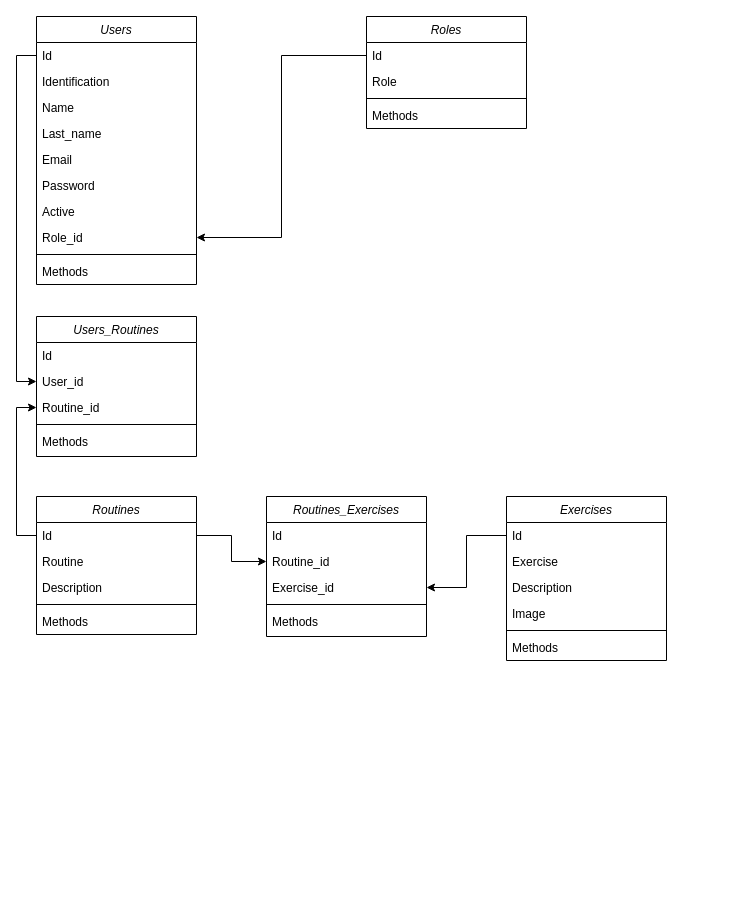
CristianCamiloRT/MonsterNation keeps this draw.io diagram as documentation/ClassDiagram.drawio. Above is the earlier version. Source tidied: cells renumbered, new cells numbered last; positions are measured from the earlier drawing's top-left corner, leaving out a move shared by most shapes. Both pictures are drawn from the tidied source at 100%, with x=0, y=0 at pixel (36, 16).
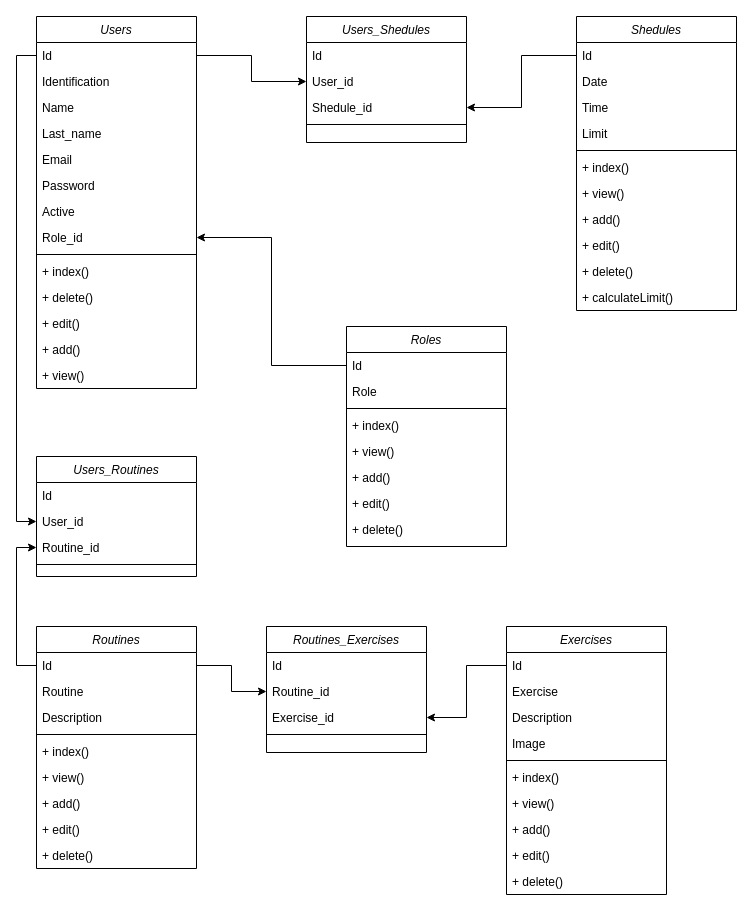
The same page after the edit.

The change refers to these unchanged cells:
```xml
<mxCell id="3" value="Id" style="text;align=left;verticalAlign=top;spacingLeft=4;spacingRight=4;overflow=hidden;points=[[0,0.5],[1,0.5]];portConstraint=eastwest;" parent="2" vertex="1">
  <mxGeometry y="26" width="160" height="26" as="geometry" />
</mxCell>
```

Diff of the diagram source:
```diff
@@
     <mxCell id="2" value="Users" style="swimlane;fontStyle=2;align=center;verticalAlign=top;horizontal=1;startSize=26;rounded=0;shadow=0;strokeWidth=1;" parent="1" vertex="1">
-      <mxGeometry width="160" height="268" as="geometry" />
+      <mxGeometry width="160" height="372" as="geometry" />
     </mxCell>
@@
+    <mxCell id="48" value="+ index()" style="text;align=left;verticalAlign=top;spacingLeft=4;spacingRight=4;overflow=hidden;" parent="2" vertex="1">
+      <mxGeometry y="242" width="160" height="26" as="geometry" />
+    </mxCell>
+    <mxCell id="49" value="+ delete()" style="text;align=left;verticalAlign=top;spacingLeft=4;spacingRight=4;overflow=hidden;" parent="2" vertex="1">
+      <mxGeometry y="268" width="160" height="26" as="geometry" />
+    </mxCell>
+    <mxCell id="50" value="+ edit()" style="text;align=left;verticalAlign=top;spacingLeft=4;spacingRight=4;overflow=hidden;" parent="2" vertex="1">
+      <mxGeometry y="294" width="160" height="26" as="geometry" />
+    </mxCell>
-    <mxCell id="12" value="Methods" style="text;align=left;verticalAlign=top;spacingLeft=4;spacingRight=4;overflow=hidden;" parent="2" vertex="1">
-      <mxGeometry y="242" width="160" height="26" as="geometry" />
+    <mxCell id="12" value="+ add()" style="text;align=left;verticalAlign=top;spacingLeft=4;spacingRight=4;overflow=hidden;" parent="2" vertex="1">
+      <mxGeometry y="320" width="160" height="26" as="geometry" />
     </mxCell>
+    <mxCell id="51" value="+ view()" style="text;align=left;verticalAlign=top;spacingLeft=4;spacingRight=4;overflow=hidden;" parent="2" vertex="1">
+      <mxGeometry y="346" width="160" height="26" as="geometry" />
+    </mxCell>
     <mxCell id="13" value="Routines" style="swimlane;fontStyle=2;align=center;verticalAlign=top;horizontal=1;startSize=26;rounded=0;shadow=0;strokeWidth=1;" parent="1" vertex="1">
-      <mxGeometry y="480" width="160" height="138" as="geometry" />
+      <mxGeometry y="610" width="160" height="242" as="geometry" />
     </mxCell>
@@
-    <mxCell id="18" value="Methods" style="text;align=left;verticalAlign=top;spacingLeft=4;spacingRight=4;overflow=hidden;" parent="13" vertex="1">
-      <mxGeometry y="112" width="160" height="26" as="geometry" />
-    </mxCell>
+    <mxCell id="52" value="+ index()" style="text;align=left;verticalAlign=top;spacingLeft=4;spacingRight=4;overflow=hidden;" parent="13" vertex="1">
+      <mxGeometry y="112" width="160" height="26" as="geometry" />
+    </mxCell>
+    <mxCell id="53" value="+ view()" style="text;align=left;verticalAlign=top;spacingLeft=4;spacingRight=4;overflow=hidden;" parent="13" vertex="1">
+      <mxGeometry y="138" width="160" height="26" as="geometry" />
+    </mxCell>
+    <mxCell id="54" value="+ add()" style="text;align=left;verticalAlign=top;spacingLeft=4;spacingRight=4;overflow=hidden;" parent="13" vertex="1">
+      <mxGeometry y="164" width="160" height="26" as="geometry" />
+    </mxCell>
+    <mxCell id="55" value="+ edit()" style="text;align=left;verticalAlign=top;spacingLeft=4;spacingRight=4;overflow=hidden;" parent="13" vertex="1">
+      <mxGeometry y="190" width="160" height="26" as="geometry" />
+    </mxCell>
+    <mxCell id="56" value="+ delete()" style="text;align=left;verticalAlign=top;spacingLeft=4;spacingRight=4;overflow=hidden;" parent="13" vertex="1">
+      <mxGeometry y="216" width="160" height="26" as="geometry" />
+    </mxCell>
     <mxCell id="19" value="Exercises" style="swimlane;fontStyle=2;align=center;verticalAlign=top;horizontal=1;startSize=26;rounded=0;shadow=0;strokeWidth=1;" parent="1" vertex="1">
-      <mxGeometry x="470" y="480" width="160" height="164" as="geometry" />
+      <mxGeometry x="470" y="610" width="160" height="268" as="geometry" />
     </mxCell>
@@
-    <mxCell id="25" value="Methods" style="text;align=left;verticalAlign=top;spacingLeft=4;spacingRight=4;overflow=hidden;" parent="19" vertex="1">
-      <mxGeometry y="138" width="160" height="26" as="geometry" />
-    </mxCell>
+    <mxCell id="57" value="+ index()" style="text;align=left;verticalAlign=top;spacingLeft=4;spacingRight=4;overflow=hidden;" parent="19" vertex="1">
+      <mxGeometry y="138" width="160" height="26" as="geometry" />
+    </mxCell>
+    <mxCell id="58" value="+ view()" style="text;align=left;verticalAlign=top;spacingLeft=4;spacingRight=4;overflow=hidden;" parent="19" vertex="1">
+      <mxGeometry y="164" width="160" height="26" as="geometry" />
+    </mxCell>
+    <mxCell id="59" value="+ add()" style="text;align=left;verticalAlign=top;spacingLeft=4;spacingRight=4;overflow=hidden;" parent="19" vertex="1">
+      <mxGeometry y="190" width="160" height="26" as="geometry" />
+    </mxCell>
+    <mxCell id="60" value="+ edit()" style="text;align=left;verticalAlign=top;spacingLeft=4;spacingRight=4;overflow=hidden;" parent="19" vertex="1">
+      <mxGeometry y="216" width="160" height="26" as="geometry" />
+    </mxCell>
+    <mxCell id="61" value="+ delete()" style="text;align=left;verticalAlign=top;spacingLeft=4;spacingRight=4;overflow=hidden;" parent="19" vertex="1">
+      <mxGeometry y="242" width="160" height="26" as="geometry" />
+    </mxCell>
     <mxCell id="26" value="Roles" style="swimlane;fontStyle=2;align=center;verticalAlign=top;horizontal=1;startSize=26;rounded=0;shadow=0;strokeWidth=1;" parent="1" vertex="1">
-      <mxGeometry x="330" width="160" height="112" as="geometry" />
+      <mxGeometry x="310" y="310" width="160" height="220" as="geometry" />
     </mxCell>
@@
-    <mxCell id="30" value="Methods" style="text;align=left;verticalAlign=top;spacingLeft=4;spacingRight=4;overflow=hidden;" parent="26" vertex="1">
-      <mxGeometry y="86" width="160" height="26" as="geometry" />
-    </mxCell>
+    <mxCell id="62" value="+ index()" style="text;align=left;verticalAlign=top;spacingLeft=4;spacingRight=4;overflow=hidden;" parent="26" vertex="1">
+      <mxGeometry y="86" width="160" height="26" as="geometry" />
+    </mxCell>
+    <mxCell id="63" value="+ view()" style="text;align=left;verticalAlign=top;spacingLeft=4;spacingRight=4;overflow=hidden;" parent="26" vertex="1">
+      <mxGeometry y="112" width="160" height="26" as="geometry" />
+    </mxCell>
+    <mxCell id="64" value="+ add()" style="text;align=left;verticalAlign=top;spacingLeft=4;spacingRight=4;overflow=hidden;" parent="26" vertex="1">
+      <mxGeometry y="138" width="160" height="26" as="geometry" />
+    </mxCell>
+    <mxCell id="65" value="+ edit()" style="text;align=left;verticalAlign=top;spacingLeft=4;spacingRight=4;overflow=hidden;" parent="26" vertex="1">
+      <mxGeometry y="164" width="160" height="26" as="geometry" />
+    </mxCell>
+    <mxCell id="66" value="+ delete()" style="text;align=left;verticalAlign=top;spacingLeft=4;spacingRight=4;overflow=hidden;" parent="26" vertex="1">
+      <mxGeometry y="190" width="160" height="26" as="geometry" />
+    </mxCell>
@@
     <mxCell id="32" value="Routines_Exercises" style="swimlane;fontStyle=2;align=center;verticalAlign=top;horizontal=1;startSize=26;rounded=0;shadow=0;strokeWidth=1;" parent="1" vertex="1">
-      <mxGeometry x="230" y="480" width="160" height="140" as="geometry" />
+      <mxGeometry x="230" y="610" width="160" height="126" as="geometry" />
     </mxCell>
@@
-    <mxCell id="37" value="Methods" style="text;align=left;verticalAlign=top;spacingLeft=4;spacingRight=4;overflow=hidden;" parent="32" vertex="1">
-      <mxGeometry y="112" width="160" height="26" as="geometry" />
-    </mxCell>
@@
     <mxCell id="40" value="Users_Routines" style="swimlane;fontStyle=2;align=center;verticalAlign=top;horizontal=1;startSize=26;rounded=0;shadow=0;strokeWidth=1;" parent="1" vertex="1">
-      <mxGeometry y="300" width="160" height="140" as="geometry" />
+      <mxGeometry y="440" width="160" height="120" as="geometry" />
     </mxCell>
@@
-    <mxCell id="45" value="Methods" style="text;align=left;verticalAlign=top;spacingLeft=4;spacingRight=4;overflow=hidden;" parent="40" vertex="1">
-      <mxGeometry y="112" width="160" height="26" as="geometry" />
-    </mxCell>
@@
+    <mxCell id="67" value="Shedules" style="swimlane;fontStyle=2;align=center;verticalAlign=top;horizontal=1;startSize=26;rounded=0;shadow=0;strokeWidth=1;" parent="1" vertex="1">
+      <mxGeometry x="540" width="160" height="294" as="geometry" />
+    </mxCell>
+    <mxCell id="68" value="Id" style="text;align=left;verticalAlign=top;spacingLeft=4;spacingRight=4;overflow=hidden;points=[[0,0.5],[1,0.5]];portConstraint=eastwest;" parent="67" vertex="1">
+      <mxGeometry y="26" width="160" height="26" as="geometry" />
+    </mxCell>
+    <mxCell id="69" value="Date" style="text;align=left;verticalAlign=top;spacingLeft=4;spacingRight=4;overflow=hidden;rounded=0;shadow=0;html=0;" parent="67" vertex="1">
+      <mxGeometry y="52" width="160" height="26" as="geometry" />
+    </mxCell>
+    <mxCell id="70" value="Time" style="text;align=left;verticalAlign=top;spacingLeft=4;spacingRight=4;overflow=hidden;rounded=0;shadow=0;html=0;" parent="67" vertex="1">
+      <mxGeometry y="78" width="160" height="26" as="geometry" />
+    </mxCell>
+    <mxCell id="71" value="Limit" style="text;align=left;verticalAlign=top;spacingLeft=4;spacingRight=4;overflow=hidden;rounded=0;shadow=0;html=0;" parent="67" vertex="1">
+      <mxGeometry y="104" width="160" height="26" as="geometry" />
+    </mxCell>
+    <mxCell id="72" style="line;html=1;strokeWidth=1;align=left;verticalAlign=middle;spacingTop=-1;spacingLeft=3;spacingRight=3;labelPosition=right;" parent="67" vertex="1">
+      <mxGeometry y="130" width="160" height="8" as="geometry" />
+    </mxCell>
+    <mxCell id="73" value="+ index()" style="text;align=left;verticalAlign=top;spacingLeft=4;spacingRight=4;overflow=hidden;" parent="67" vertex="1">
+      <mxGeometry y="138" width="160" height="26" as="geometry" />
+    </mxCell>
+    <mxCell id="74" value="+ view()" style="text;align=left;verticalAlign=top;spacingLeft=4;spacingRight=4;overflow=hidden;" parent="67" vertex="1">
+      <mxGeometry y="164" width="160" height="26" as="geometry" />
+    </mxCell>
+    <mxCell id="75" value="+ add()" style="text;align=left;verticalAlign=top;spacingLeft=4;spacingRight=4;overflow=hidden;" parent="67" vertex="1">
+      <mxGeometry y="190" width="160" height="26" as="geometry" />
+    </mxCell>
+    <mxCell id="76" value="+ edit()" style="text;align=left;verticalAlign=top;spacingLeft=4;spacingRight=4;overflow=hidden;" parent="67" vertex="1">
+      <mxGeometry y="216" width="160" height="26" as="geometry" />
+    </mxCell>
+    <mxCell id="77" value="+ delete()" style="text;align=left;verticalAlign=top;spacingLeft=4;spacingRight=4;overflow=hidden;" parent="67" vertex="1">
+      <mxGeometry y="242" width="160" height="26" as="geometry" />
+    </mxCell>
+    <mxCell id="78" value="+ calculateLimit()" style="text;align=left;verticalAlign=top;spacingLeft=4;spacingRight=4;overflow=hidden;" parent="67" vertex="1">
+      <mxGeometry y="268" width="160" height="26" as="geometry" />
+    </mxCell>
+    <mxCell id="79" value="Users_Shedules" style="swimlane;fontStyle=2;align=center;verticalAlign=top;horizontal=1;startSize=26;rounded=0;shadow=0;strokeWidth=1;" parent="1" vertex="1">
+      <mxGeometry x="270" width="160" height="126" as="geometry" />
+    </mxCell>
+    <mxCell id="80" value="Id" style="text;align=left;verticalAlign=top;spacingLeft=4;spacingRight=4;overflow=hidden;" parent="79" vertex="1">
+      <mxGeometry y="26" width="160" height="26" as="geometry" />
+    </mxCell>
+    <mxCell id="81" value="User_id" style="text;align=left;verticalAlign=top;spacingLeft=4;spacingRight=4;overflow=hidden;points=[[0,0.5],[1,0.5]];portConstraint=eastwest;" parent="79" vertex="1">
+      <mxGeometry y="52" width="160" height="26" as="geometry" />
+    </mxCell>
+    <mxCell id="82" value="Shedule_id" style="text;align=left;verticalAlign=top;spacingLeft=4;spacingRight=4;overflow=hidden;points=[[0,0.5],[1,0.5]];portConstraint=eastwest;" parent="79" vertex="1">
+      <mxGeometry y="78" width="160" height="26" as="geometry" />
+    </mxCell>
+    <mxCell id="83" style="line;html=1;strokeWidth=1;align=left;verticalAlign=middle;spacingTop=-1;spacingLeft=3;spacingRight=3;labelPosition=right;" parent="79" vertex="1">
+      <mxGeometry y="104" width="160" height="8" as="geometry" />
+    </mxCell>
+    <mxCell id="84" style="edgeStyle=orthogonalEdgeStyle;rounded=0;jettySize=auto;html=1;exitX=0;exitY=0.5;exitDx=0;exitDy=0;entryX=1;entryY=0.5;entryDx=0;entryDy=0;" parent="1" edge="1" source="68" target="82">
+      <mxGeometry relative="1" as="geometry" />
+    </mxCell>
+    <mxCell id="85" style="edgeStyle=orthogonalEdgeStyle;rounded=0;jettySize=auto;html=1;exitX=1;exitY=0.5;exitDx=0;exitDy=0;entryX=0;entryY=0.5;entryDx=0;entryDy=0;" parent="1" edge="1" source="3" target="81">
+      <mxGeometry relative="1" as="geometry" />
+    </mxCell>
```
